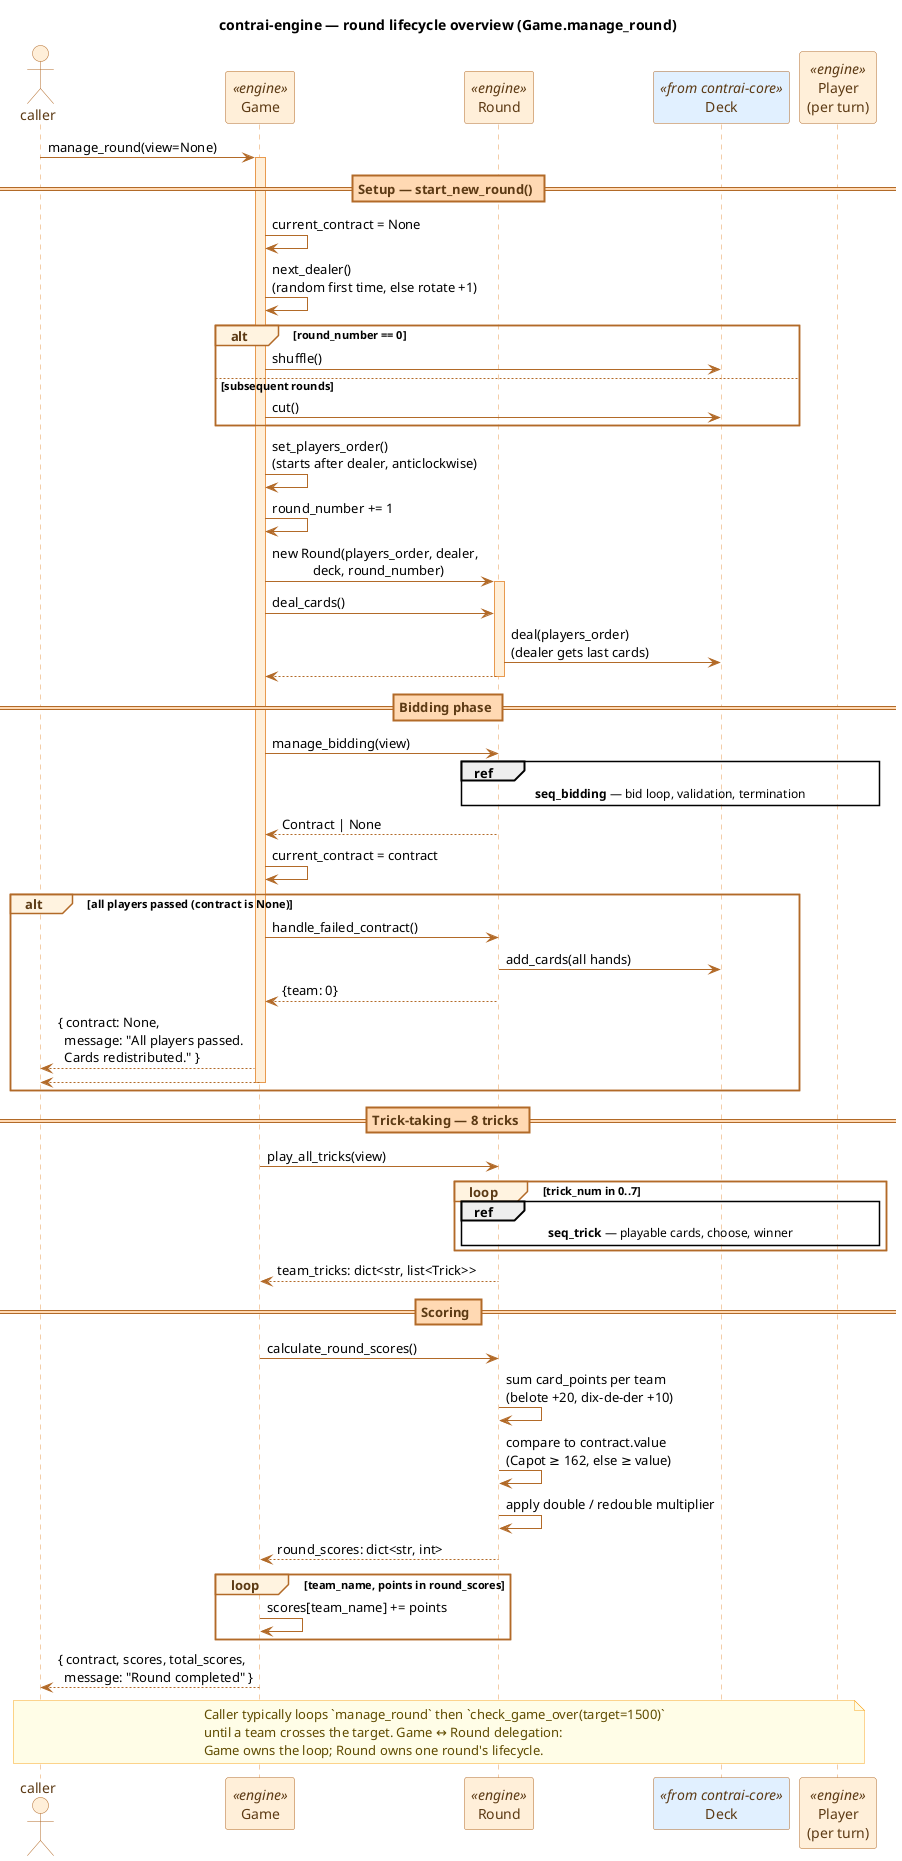
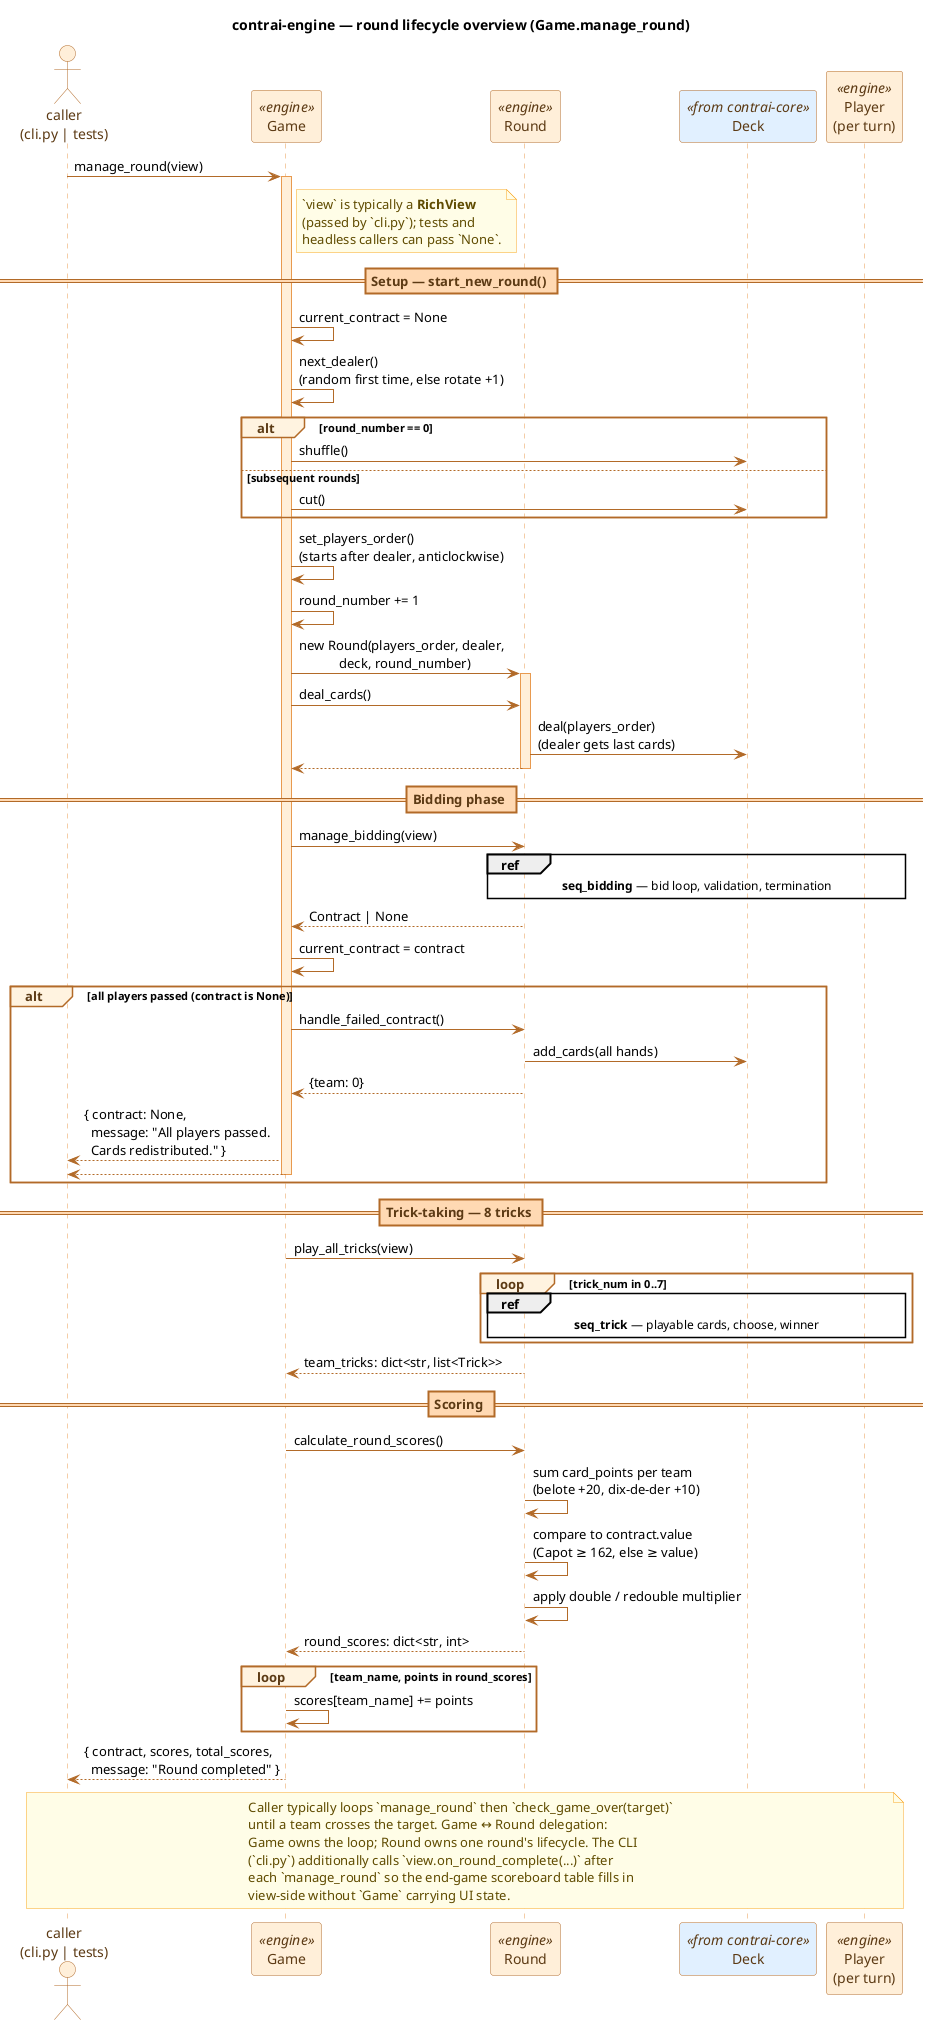
@startuml seq_round
title contrai-engine — round lifecycle overview (Game.manage_round)

' --- Palette: engine orange for engine participants, core blue for core types ---
skinparam shadowing false
skinparam sequence {
    ArrowColor #B26A28
    LifeLineBorderColor #E89A4F
    LifeLineBackgroundColor #FFEFD9
    ParticipantBorderColor #B26A28
    ParticipantBackgroundColor #FFEFD9
    ParticipantFontColor #5C3A14
    ActorBorderColor #B26A28
    ActorBackgroundColor #FFEFD9
    ActorFontColor #5C3A14
    GroupBorderColor #B26A28
    GroupBackgroundColor #FFF3E0
    GroupHeaderFontColor #5C3A14
    BoxBorderColor #B26A28
    BoxBackgroundColor #FFF3E0
    DividerBorderColor #B26A28
    DividerBackgroundColor #FFD9B3
    DividerFontColor #5C3A14
}
skinparam note {
    BackgroundColor #FFFDE7
    BorderColor #F9A825
    FontColor #5F4B00
}

- actor "caller" as C
+ actor "caller\n(cli.py | tests)" as C
participant "Game" as G <<engine>>
participant "Round" as R <<engine>>
participant "Deck" as D <<from contrai-core>> #E1F0FF
participant "Player\n(per turn)" as P <<engine>>

- C -> G : manage_round(view=None)
+ C -> G : manage_round(view)
+ note right of G
+   `view` is typically a **RichView**
+   (passed by `cli.py`); tests and
+   headless callers can pass `None`.
+ end note
activate G

== Setup — start_new_round() ==

G -> G : current_contract = None
G -> G : next_dealer()\n(random first time, else rotate +1)
alt round_number == 0
    G -> D : shuffle()
else subsequent rounds
    G -> D : cut()
end
G -> G : set_players_order()\n(starts after dealer, anticlockwise)
G -> G : round_number += 1
G -> R : new Round(players_order, dealer,\n            deck, round_number)
activate R
G -> R : deal_cards()
R -> D : deal(players_order)\n(dealer gets last cards)
return

== Bidding phase ==

G -> R : manage_bidding(view)
ref over R, P : **seq_bidding** — bid loop, validation, termination
R --> G : Contract | None
G -> G : current_contract = contract

alt all players passed (contract is None)
    G -> R : handle_failed_contract()
    R -> D : add_cards(all hands)
    R --> G : {team: 0}
    G --> C : { contract: None,\n  message: "All players passed.\n  Cards redistributed." }
    return
end

== Trick-taking — 8 tricks ==

G -> R : play_all_tricks(view)
loop trick_num in 0..7
    ref over R, P : **seq_trick** — playable cards, choose, winner
end
R --> G : team_tricks: dict<str, list<Trick>>

== Scoring ==

G -> R : calculate_round_scores()
R -> R : sum card_points per team\n(belote +20, dix-de-der +10)
R -> R : compare to contract.value\n(Capot ≥ 162, else ≥ value)
R -> R : apply double / redouble multiplier
R --> G : round_scores: dict<str, int>
deactivate R

loop team_name, points in round_scores
    G -> G : scores[team_name] += points
end

G --> C : { contract, scores, total_scores,\n  message: "Round completed" }
deactivate G

note over C, P
-   Caller typically loops `manage_round` then `check_game_over(target=1500)`
+   Caller typically loops `manage_round` then `check_game_over(target)`
  until a team crosses the target. Game ↔ Round delegation:
-   Game owns the loop; Round owns one round's lifecycle.
+   Game owns the loop; Round owns one round's lifecycle. The CLI
+   (`cli.py`) additionally calls `view.on_round_complete(...)` after
+   each `manage_round` so the end-game scoreboard table fills in
+   view-side without `Game` carrying UI state.
end note

@enduml
